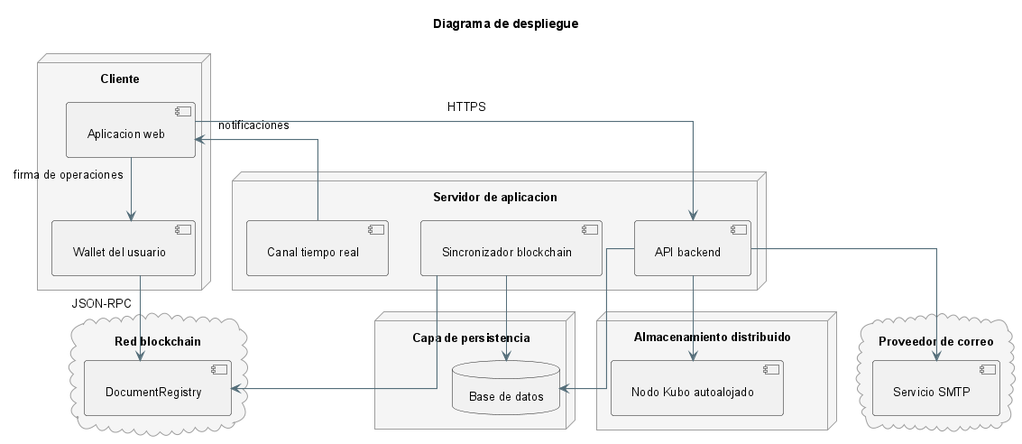
Before: anexos/diagramas/deployment.png, a diagram exported from PlantUML (ErDeivih/DocumentChain).
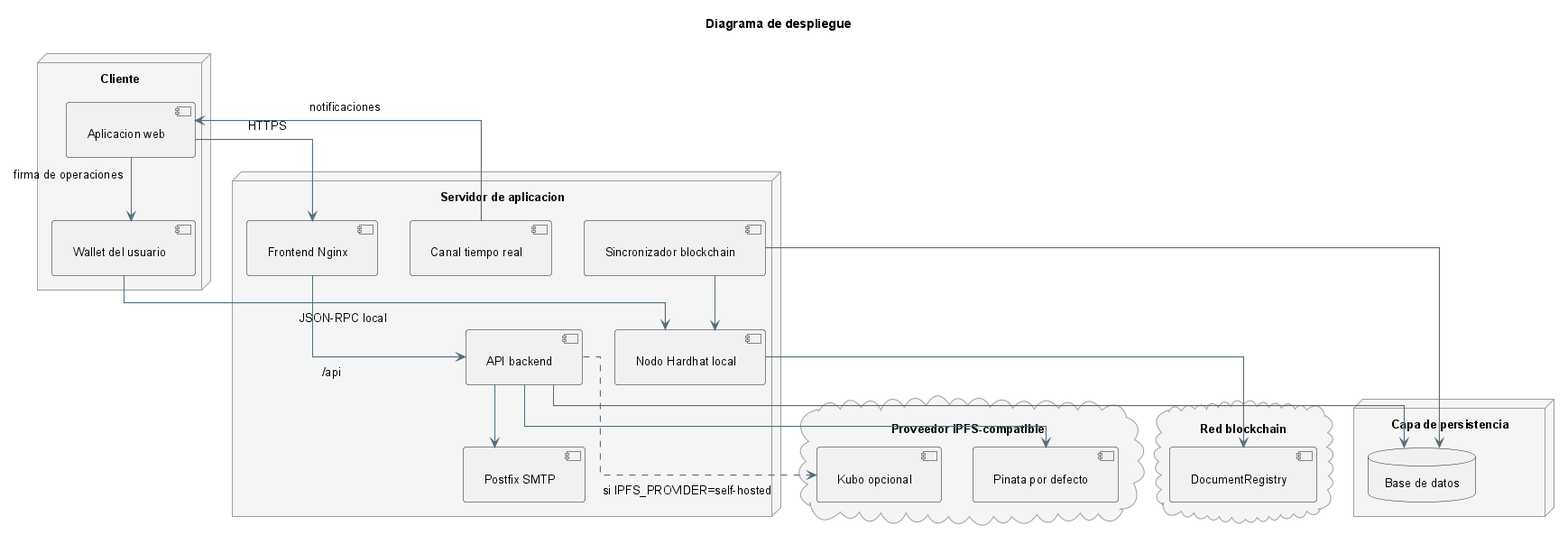
After the change.

What changed in the source:
```diff
@@ -8,34 +8,37 @@
 }
 
 node "Servidor de aplicacion" as backend_node {
+    component "Frontend Nginx" as web
     component "API backend" as backend
     component "Sincronizador blockchain" as listeners
     component "Canal tiempo real" as ws
+    component "Nodo Hardhat local" as hardhat
+    component "Postfix SMTP" as postfix
 }
 
 node "Capa de persistencia" as db_node {
     database "Base de datos" as db
 }
 
-node "Almacenamiento distribuido" as ipfs_node {
-    component "Nodo Kubo autoalojado" as ipfs
+cloud "Proveedor IPFS-compatible" as ipfs_node {
+    component "Pinata por defecto" as pinata
+    component "Kubo opcional" as kubo
 }
 
 cloud "Red blockchain" as ethereum {
     component "DocumentRegistry" as contract
 }
 
-cloud "Proveedor de correo" as email_cloud {
-    component "Servicio SMTP" as email
-}
-
-frontend --> backend : HTTPS
+frontend --> web : HTTPS
+web --> backend : /api
 frontend --> wallet : firma de operaciones
-wallet --> contract : JSON-RPC
+wallet --> hardhat : JSON-RPC local
+hardhat --> contract
 backend --> db
-backend --> ipfs
-backend --> email
-listeners --> contract
+backend --> pinata
+backend ..> kubo : si IPFS_PROVIDER=self-hosted
+backend --> postfix
+listeners --> hardhat
 listeners --> db
 ws --> frontend : notificaciones
 
```
